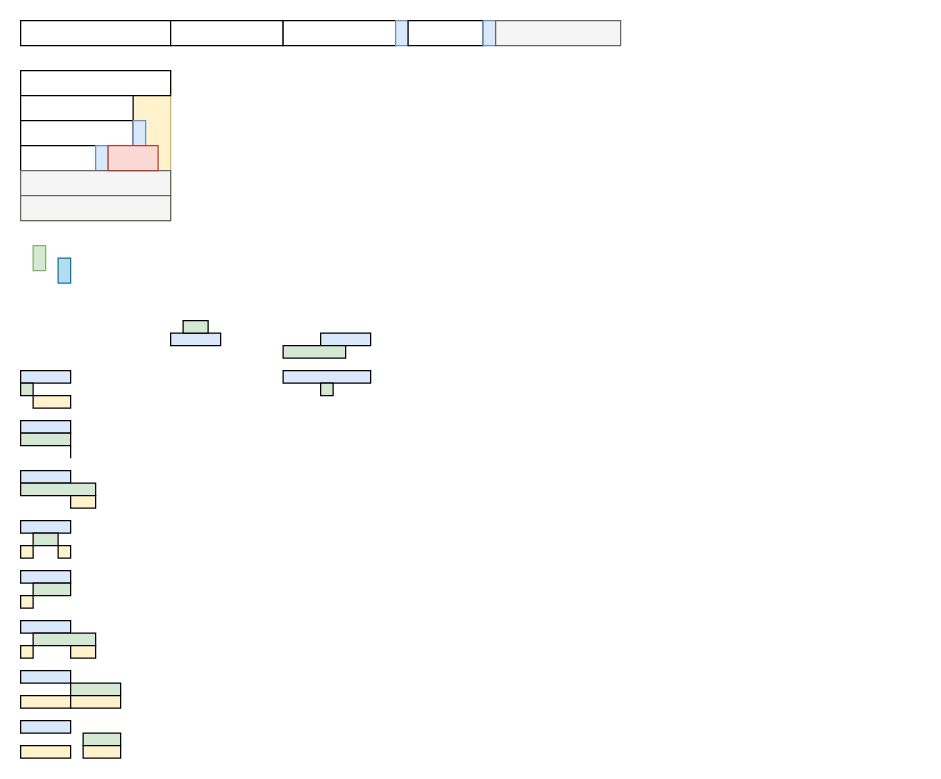
Above: page "Курсор дисплея" (7 of 8) of _Doc/LPM_class_component_diagram.drawio in Teslatec/LPM_Editor (draw.io), before the change. Source tidied: cells renumbered, new cells numbered last; positions are measured from the earlier drawing's top-left corner, leaving out a move shared by most shapes. Both pictures are drawn from the tidied source at 125%, with x=0, y=0 at pixel (20, 20).
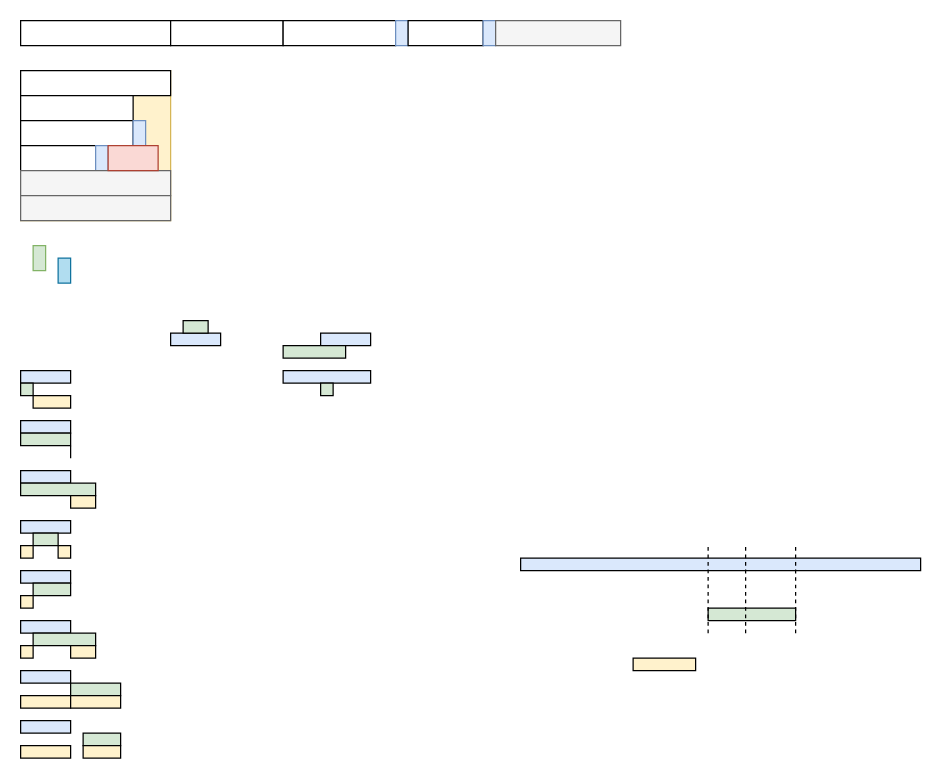
The same page after the edit.

What changed in the source:
```diff
@@
+    <mxCell id="55" style="rounded=0;whiteSpace=wrap;html=1;fillColor=#dae8fc;strokeColor=#000000;" parent="1" vertex="1">
+      <mxGeometry x="400" y="430" width="320" height="10" as="geometry" />
+    </mxCell>
+    <mxCell id="56" style="rounded=0;whiteSpace=wrap;html=1;fillColor=#d5e8d4;strokeColor=#000000;" parent="1" vertex="1">
+      <mxGeometry x="550" y="470" width="70" height="10" as="geometry" />
+    </mxCell>
+    <mxCell id="57" style="endArrow=none;dashed=1;html=1;" parent="1" edge="1">
+      <mxGeometry relative="1" as="geometry">
+        <mxPoint x="550" y="490" as="sourcePoint" />
+        <mxPoint x="550" y="420" as="targetPoint" />
+      </mxGeometry>
+    </mxCell>
+    <mxCell id="58" style="endArrow=none;dashed=1;html=1;" parent="1" edge="1">
+      <mxGeometry relative="1" as="geometry">
+        <mxPoint x="580" y="490" as="sourcePoint" />
+        <mxPoint x="580" y="420" as="targetPoint" />
+        <Array as="points">
+          <mxPoint x="580" y="470" />
+          <mxPoint x="580" y="450" />
+        </Array>
+      </mxGeometry>
+    </mxCell>
+    <mxCell id="59" style="rounded=0;whiteSpace=wrap;html=1;fillColor=#fff2cc;strokeColor=#000000;" parent="1" vertex="1">
+      <mxGeometry x="490" y="510" width="50" height="10" as="geometry" />
+    </mxCell>
+    <mxCell id="60" style="endArrow=none;dashed=1;html=1;" parent="1" edge="1">
+      <mxGeometry relative="1" as="geometry">
+        <mxPoint x="620" y="490" as="sourcePoint" />
+        <mxPoint x="620" y="420" as="targetPoint" />
+        <Array as="points">
+          <mxPoint x="620" y="470" />
+          <mxPoint x="620" y="450" />
+        </Array>
+      </mxGeometry>
+    </mxCell>
```
